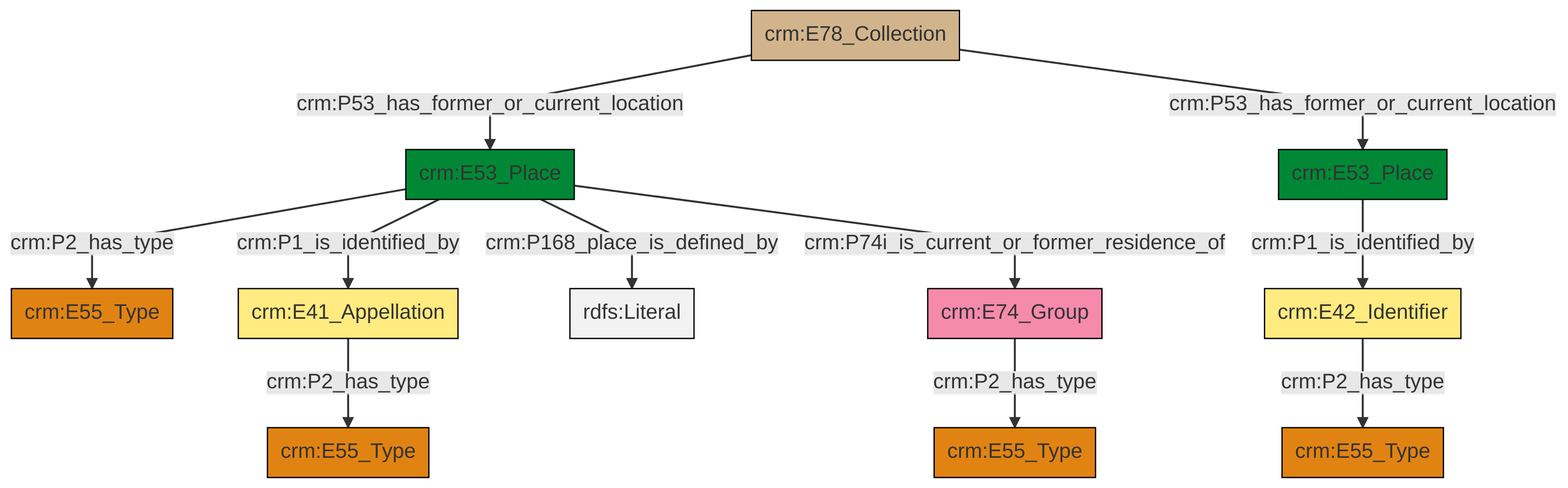
Before: et/archivalCSV/ttl/mmd/png/archival_location.png, a diagram exported from Mermaid (swiss-art-research-net/docs.swissartresearch). Its source is kept beside it as et/archivalCSV/ttl/mmd/archival_location.ttl.mmd.
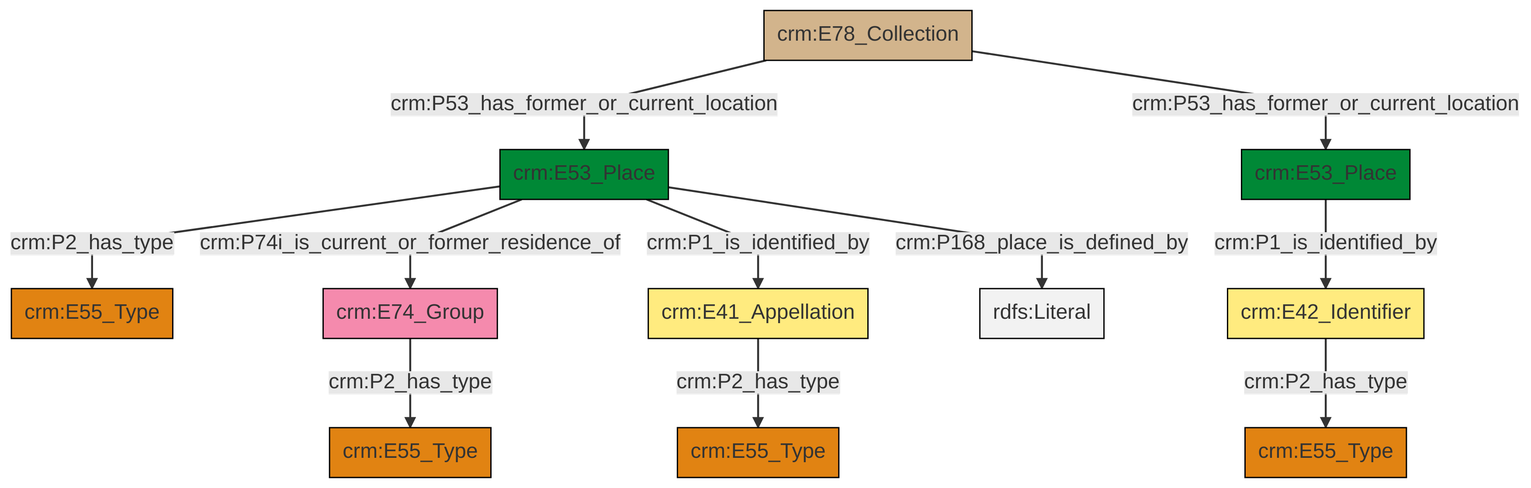
After the commit.

Change to the diagram source:
```diff
@@ -13,13 +13,13 @@
 classDef PC_Classes fill:#4ce600, stroke:#000000;
 classDef Multi fill:#cccccc,stroke:#000000;
 
-4["crm:E53_Place"]:::Place -->|crm:P2_has_type| 5["crm:E55_Type"]:::Type
-6["crm:E78_Collection"]:::Physical_Thing -->|crm:P53_has_former_or_current_location| 4["crm:E53_Place"]:::Place
-8["crm:E53_Place"]:::Place -->|crm:P1_is_identified_by| 9["crm:E42_Identifier"]:::Appellation
-0["crm:E41_Appellation"]:::Appellation -->|crm:P2_has_type| 2["crm:E55_Type"]:::Type
-9["crm:E42_Identifier"]:::Appellation -->|crm:P2_has_type| 12["crm:E55_Type"]:::Type
-4["crm:E53_Place"]:::Place -->|crm:P1_is_identified_by| 0["crm:E41_Appellation"]:::Appellation
-6["crm:E78_Collection"]:::Physical_Thing -->|crm:P53_has_former_or_current_location| 8["crm:E53_Place"]:::Place
-15["crm:E74_Group"]:::Actor -->|crm:P2_has_type| 10["crm:E55_Type"]:::Type
-4["crm:E53_Place"]:::Place -->|crm:P168_place_is_defined_by| 21[rdfs:Literal]:::Literal
-4["crm:E53_Place"]:::Place -->|crm:P74i_is_current_or_former_residence_of| 15["crm:E74_Group"]:::Actor
+2["crm:E78_Collection"]:::Physical_Thing -->|crm:P53_has_former_or_current_location| 3["crm:E53_Place"]:::Place
+8["crm:E53_Place"]:::Place -->|crm:P1_is_identified_by| 12["crm:E42_Identifier"]:::Appellation
+3["crm:E53_Place"]:::Place -->|crm:P2_has_type| 13["crm:E55_Type"]:::Type
+3["crm:E53_Place"]:::Place -->|crm:P74i_is_current_or_former_residence_of| 18["crm:E74_Group"]:::Actor
+2["crm:E78_Collection"]:::Physical_Thing -->|crm:P53_has_former_or_current_location| 8["crm:E53_Place"]:::Place
+12["crm:E42_Identifier"]:::Appellation -->|crm:P2_has_type| 4["crm:E55_Type"]:::Type
+0["crm:E41_Appellation"]:::Appellation -->|crm:P2_has_type| 10["crm:E55_Type"]:::Type
+3["crm:E53_Place"]:::Place -->|crm:P1_is_identified_by| 0["crm:E41_Appellation"]:::Appellation
+18["crm:E74_Group"]:::Actor -->|crm:P2_has_type| 6["crm:E55_Type"]:::Type
+3["crm:E53_Place"]:::Place -->|crm:P168_place_is_defined_by| 24[rdfs:Literal]:::Literal
```
